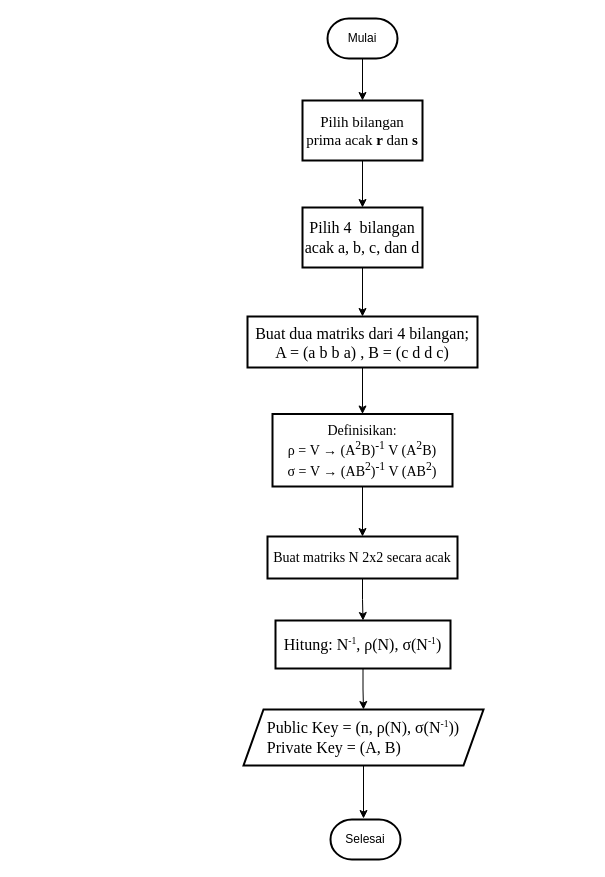
Before: page "f-keygen-KhanShah" (3 of 5) of sign-then-encrypt_scheme.drawio in eraldss1/diagram-signcryption, a draw.io diagram. Source tidied: cells renumbered, new cells numbered last; positions are measured from the earlier drawing's top-left corner, leaving out a move shared by most shapes. Both pictures are drawn from the tidied source at 100%, with x=0, y=0 at pixel (243, 18).
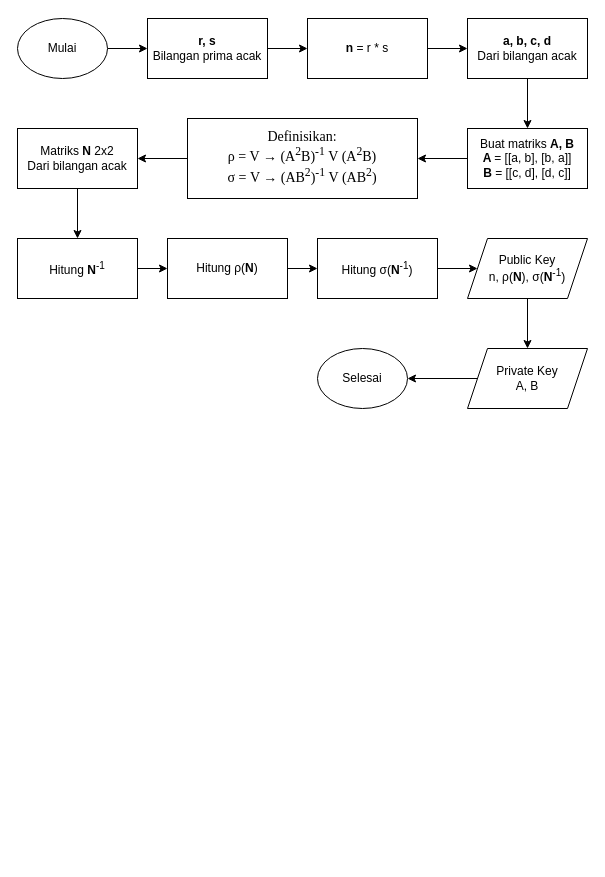
The same page after the edit.

The edit, as a diff of the source:
```diff
@@
-    <mxCell id="2" style="edgeStyle=orthogonalEdgeStyle;rounded=0;jettySize=auto;html=1;" parent="1" edge="1" source="3" target="5">
-      <mxGeometry relative="1" as="geometry" />
-    </mxCell>
+    <mxCell id="19" style="edgeStyle=orthogonalEdgeStyle;rounded=0;jettySize=auto;html=1;fontFamily=Helvetica;fontSize=12;" parent="1" edge="1" source="3" target="21">
+      <mxGeometry relative="1" as="geometry" />
+    </mxCell>
-    <mxCell id="3" value="Mulai" style="strokeWidth=2;html=1;shape=mxgraph.flowchart.terminator;whiteSpace=wrap;" parent="1" vertex="1">
-      <mxGeometry x="84" width="70" height="40" as="geometry" />
+    <mxCell id="3" value="Mulai" style="ellipse;whiteSpace=wrap;html=1;fontFamily=Helvetica;fontSize=12;" parent="1" vertex="1">
+      <mxGeometry x="-226" width="90" height="60" as="geometry" />
     </mxCell>
-    <mxCell id="4" style="edgeStyle=orthogonalEdgeStyle;rounded=0;jettySize=auto;html=1;" parent="1" edge="1" source="5" target="7">
-      <mxGeometry relative="1" as="geometry" />
-    </mxCell>
-    <mxCell id="5" value="&lt;font style=&quot;font-size: 15px;&quot; face=&quot;Times New Roman&quot;&gt;Pilih bilangan prima acak &lt;b&gt;r&lt;/b&gt; dan &lt;b&gt;s&lt;/b&gt;&lt;/font&gt;" style="whiteSpace=wrap;html=1;strokeWidth=2;" parent="1" vertex="1">
-      <mxGeometry x="59" y="82" width="120" height="60" as="geometry" />
-    </mxCell>
-    <mxCell id="6" style="edgeStyle=orthogonalEdgeStyle;rounded=0;jettySize=auto;html=1;fontFamily=Times New Roman;fontSize=15;" parent="1" edge="1" source="7" target="9">
-      <mxGeometry relative="1" as="geometry" />
-    </mxCell>
-    <mxCell id="7" value="&lt;span id=&quot;docs-internal-guid-4f40683b-7fff-dd6f-cae1-bc0f0a619b5e&quot;&gt;&lt;span style=&quot;font-size: 12pt; font-family: &amp;quot;Times New Roman&amp;quot;; background-color: transparent; font-variant-numeric: normal; font-variant-east-asian: normal; vertical-align: baseline;&quot;&gt;Pilih 4&amp;nbsp; bilangan acak a, b, c, dan d&lt;/span&gt;&lt;/span&gt;" style="whiteSpace=wrap;html=1;strokeWidth=2;" parent="1" vertex="1">
-      <mxGeometry x="59" y="189" width="120" height="60" as="geometry" />
-    </mxCell>
-    <mxCell id="8" style="edgeStyle=orthogonalEdgeStyle;rounded=0;jettySize=auto;html=1;fontFamily=Times New Roman;fontSize=15;" parent="1" edge="1" source="9" target="11">
-      <mxGeometry relative="1" as="geometry" />
-    </mxCell>
-    <mxCell id="9" value="&lt;span style=&quot;background-color: transparent; font-family: &amp;quot;Times New Roman&amp;quot;; font-size: 12pt;&quot;&gt;&lt;br&gt;Buat dua matriks dari 4 bilangan;&lt;br&gt;&lt;/span&gt;&lt;span style=&quot;background-color: transparent; font-size: 12pt; font-family: &amp;quot;Times New Roman&amp;quot;; font-variant-numeric: normal; font-variant-east-asian: normal; vertical-align: baseline;&quot;&gt;A = (&lt;/span&gt;&lt;span style=&quot;background-color: transparent; font-size: 12pt; font-family: &amp;quot;Cambria Math&amp;quot;, serif; font-variant-numeric: normal; font-variant-east-asian: normal; vertical-align: baseline;&quot;&gt;a&lt;/span&gt;&lt;span style=&quot;background-color: transparent; font-size: 11pt; font-family: Calibri, sans-serif; font-variant-numeric: normal; font-variant-east-asian: normal; vertical-align: baseline;&quot;&gt; &lt;/span&gt;&lt;span style=&quot;background-color: transparent; font-size: 12pt; font-family: &amp;quot;Cambria Math&amp;quot;, serif; font-variant-numeric: normal; font-variant-east-asian: normal; vertical-align: baseline;&quot;&gt;b&lt;/span&gt;&lt;span style=&quot;background-color: transparent; font-size: 11pt; font-family: Calibri, sans-serif; font-variant-numeric: normal; font-variant-east-asian: normal; vertical-align: baseline;&quot;&gt; &lt;/span&gt;&lt;span style=&quot;background-color: transparent; font-size: 12pt; font-family: &amp;quot;Cambria Math&amp;quot;, serif; font-variant-numeric: normal; font-variant-east-asian: normal; vertical-align: baseline;&quot;&gt;b&lt;/span&gt;&lt;span style=&quot;background-color: transparent; font-size: 11pt; font-family: Calibri, sans-serif; font-variant-numeric: normal; font-variant-east-asian: normal; vertical-align: baseline;&quot;&gt; &lt;/span&gt;&lt;span style=&quot;background-color: transparent; font-size: 12pt; font-family: &amp;quot;Cambria Math&amp;quot;, serif; font-variant-numeric: normal; font-variant-east-asian: normal; vertical-align: baseline;&quot;&gt;a)&lt;/span&gt;&lt;span style=&quot;background-color: transparent; font-size: 11pt; font-family: Calibri, sans-serif; font-variant-numeric: normal; font-variant-east-asian: normal; vertical-align: baseline;&quot;&gt; &lt;/span&gt;&lt;span style=&quot;background-color: transparent; font-size: 12pt; font-family: &amp;quot;Times New Roman&amp;quot;; font-variant-numeric: normal; font-variant-east-asian: normal; vertical-align: baseline;&quot;&gt;, B = (c d d c)&lt;/span&gt;&lt;span style=&quot;background-color: transparent; font-family: &amp;quot;Times New Roman&amp;quot;; font-size: 12pt;&quot;&gt;&lt;br&gt;&lt;/span&gt;&lt;span id=&quot;docs-internal-guid-4ee4301e-7fff-dff1-844e-00afb00c9369&quot;&gt;&lt;div&gt;&lt;span style=&quot;font-size: 11pt; font-family: Calibri, sans-serif; background-color: transparent; font-variant-numeric: normal; font-variant-east-asian: normal; vertical-align: baseline;&quot;&gt;&lt;br&gt;&lt;/span&gt;&lt;/div&gt;&lt;/span&gt;" style="whiteSpace=wrap;html=1;strokeWidth=2;" parent="1" vertex="1">
-      <mxGeometry x="4" y="298" width="230" height="51" as="geometry" />
-    </mxCell>
-    <mxCell id="10" style="edgeStyle=orthogonalEdgeStyle;rounded=0;jettySize=auto;html=1;fontFamily=Times New Roman;fontSize=14;" parent="1" edge="1" source="11" target="13">
-      <mxGeometry relative="1" as="geometry" />
-    </mxCell>
+    <mxCell id="18" value="Selesai" style="ellipse;whiteSpace=wrap;html=1;fontFamily=Helvetica;fontSize=12;" parent="1" vertex="1">
+      <mxGeometry x="74" y="330" width="90" height="60" as="geometry" />
+    </mxCell>
+    <mxCell id="20" style="edgeStyle=orthogonalEdgeStyle;rounded=0;jettySize=auto;html=1;fontFamily=Helvetica;fontSize=12;" parent="1" edge="1" source="21" target="23">
+      <mxGeometry relative="1" as="geometry" />
+    </mxCell>
+    <mxCell id="21" value="&lt;b&gt;r, s&lt;/b&gt;&lt;br&gt;Bilangan prima acak" style="rounded=0;whiteSpace=wrap;html=1;fontFamily=Helvetica;fontSize=12;" parent="1" vertex="1">
+      <mxGeometry x="-96" width="120" height="60" as="geometry" />
+    </mxCell>
+    <mxCell id="22" style="edgeStyle=orthogonalEdgeStyle;rounded=0;jettySize=auto;html=1;fontFamily=Helvetica;fontSize=12;" parent="1" edge="1" source="23" target="25">
+      <mxGeometry relative="1" as="geometry" />
+    </mxCell>
+    <mxCell id="23" value="&lt;b&gt;n&lt;/b&gt; = r * s" style="rounded=0;whiteSpace=wrap;html=1;fontFamily=Helvetica;fontSize=12;" parent="1" vertex="1">
+      <mxGeometry x="64" width="120" height="60" as="geometry" />
+    </mxCell>
+    <mxCell id="24" style="edgeStyle=orthogonalEdgeStyle;rounded=0;jettySize=auto;html=1;fontFamily=Helvetica;fontSize=12;" parent="1" edge="1" source="25" target="27">
+      <mxGeometry relative="1" as="geometry" />
+    </mxCell>
+    <mxCell id="25" value="&lt;b&gt;a, b, c, d&lt;/b&gt;&lt;br&gt;Dari bilangan acak" style="rounded=0;whiteSpace=wrap;html=1;fontFamily=Helvetica;fontSize=12;" parent="1" vertex="1">
+      <mxGeometry x="224" width="120" height="60" as="geometry" />
+    </mxCell>
+    <mxCell id="26" style="edgeStyle=orthogonalEdgeStyle;rounded=0;jettySize=auto;html=1;fontFamily=Helvetica;fontSize=12;" parent="1" edge="1" source="27" target="11">
+      <mxGeometry relative="1" as="geometry" />
+    </mxCell>
+    <mxCell id="27" value="Buat matriks &lt;b&gt;A, B&lt;br&gt;A &lt;/b&gt;= [[a, b], [b, a]]&lt;br&gt;&lt;b&gt;B &lt;/b&gt;= [[c, d], [d, c]]" style="rounded=0;whiteSpace=wrap;html=1;fontFamily=Helvetica;fontSize=12;" parent="1" vertex="1">
+      <mxGeometry x="224" y="110" width="120" height="60" as="geometry" />
+    </mxCell>
+    <mxCell id="28" style="edgeStyle=orthogonalEdgeStyle;rounded=0;jettySize=auto;html=1;fontFamily=Helvetica;fontSize=12;" parent="1" edge="1" source="11" target="30">
+      <mxGeometry relative="1" as="geometry" />
+    </mxCell>
-    <mxCell id="11" value="&lt;div style=&quot;font-size: 14px;&quot;&gt;&lt;font style=&quot;font-size: 14px;&quot; face=&quot;Times New Roman&quot;&gt;&lt;br&gt;&lt;/font&gt;&lt;/div&gt;&lt;div style=&quot;font-size: 14px;&quot;&gt;&lt;font style=&quot;font-size: 14px;&quot; face=&quot;Times New Roman&quot;&gt;Definisikan:&lt;/font&gt;&lt;/div&gt;&lt;div style=&quot;font-size: 14px;&quot;&gt;&lt;font style=&quot;font-size: 14px;&quot; face=&quot;Times New Roman&quot;&gt;ρ = V → (A&lt;sup&gt;2&lt;/sup&gt;B)&lt;sup&gt;-1&lt;/sup&gt; V (A&lt;sup&gt;2&lt;/sup&gt;B)&lt;/font&gt;&lt;/div&gt;&lt;div style=&quot;font-size: 14px;&quot;&gt;&lt;font style=&quot;font-size: 14px;&quot; face=&quot;Times New Roman&quot;&gt;σ = V → (AB&lt;sup&gt;2&lt;/sup&gt;)&lt;sup&gt;-1&lt;/sup&gt; V (AB&lt;sup&gt;2&lt;/sup&gt;)&lt;/font&gt;&lt;/div&gt;&lt;div style=&quot;font-size: 14px;&quot;&gt;&lt;br&gt;&lt;/div&gt;" style="whiteSpace=wrap;html=1;strokeWidth=2;" parent="1" vertex="1">
-      <mxGeometry x="29" y="395.5" width="180" height="72.5" as="geometry" />
+    <mxCell id="11" value="&lt;br&gt;&lt;div style=&quot;border-color: var(--border-color); font-size: 14px;&quot;&gt;&lt;font style=&quot;border-color: var(--border-color);&quot; face=&quot;Times New Roman&quot;&gt;Definisikan:&lt;/font&gt;&lt;/div&gt;&lt;div style=&quot;border-color: var(--border-color); font-size: 14px;&quot;&gt;&lt;font style=&quot;border-color: var(--border-color);&quot; face=&quot;Times New Roman&quot;&gt;ρ = V → (A&lt;sup style=&quot;border-color: var(--border-color);&quot;&gt;2&lt;/sup&gt;B)&lt;sup style=&quot;border-color: var(--border-color);&quot;&gt;-1&lt;/sup&gt;&amp;nbsp;V (A&lt;sup style=&quot;border-color: var(--border-color);&quot;&gt;2&lt;/sup&gt;B)&lt;/font&gt;&lt;/div&gt;&lt;div style=&quot;border-color: var(--border-color); font-size: 14px;&quot;&gt;&lt;font style=&quot;border-color: var(--border-color);&quot; face=&quot;Times New Roman&quot;&gt;σ = V → (AB&lt;sup style=&quot;border-color: var(--border-color);&quot;&gt;2&lt;/sup&gt;)&lt;sup style=&quot;border-color: var(--border-color);&quot;&gt;-1&lt;/sup&gt;&amp;nbsp;V (AB&lt;sup style=&quot;border-color: var(--border-color);&quot;&gt;2&lt;/sup&gt;)&lt;/font&gt;&lt;/div&gt;&lt;div style=&quot;border-color: var(--border-color); font-size: 14px;&quot;&gt;&lt;br style=&quot;border-color: var(--border-color);&quot;&gt;&lt;/div&gt;" style="rounded=0;whiteSpace=wrap;html=1;fontFamily=Helvetica;fontSize=12;" parent="1" vertex="1">
+      <mxGeometry x="-56" y="100" width="230" height="80" as="geometry" />
     </mxCell>
-    <mxCell id="12" style="edgeStyle=orthogonalEdgeStyle;rounded=0;jettySize=auto;html=1;fontFamily=Times New Roman;fontSize=14;" parent="1" edge="1" source="13" target="15">
-      <mxGeometry relative="1" as="geometry" />
-    </mxCell>
-    <mxCell id="13" value="&lt;div style=&quot;font-size: 14px;&quot;&gt;&lt;font face=&quot;Times New Roman&quot;&gt;Buat matriks N 2x2 secara acak&lt;/font&gt;&lt;/div&gt;" style="whiteSpace=wrap;html=1;strokeWidth=2;" parent="1" vertex="1">
-      <mxGeometry x="24" y="518" width="190" height="42" as="geometry" />
-    </mxCell>
-    <mxCell id="14" style="edgeStyle=orthogonalEdgeStyle;rounded=0;jettySize=auto;html=1;fontFamily=Times New Roman;fontSize=14;" parent="1" edge="1" source="15" target="17">
-      <mxGeometry relative="1" as="geometry" />
-    </mxCell>
-    <mxCell id="15" value="&lt;span id=&quot;docs-internal-guid-983548b8-7fff-8275-568d-bc6401313b32&quot;&gt;&lt;span style=&quot;font-size: 12pt; font-family: &amp;quot;Times New Roman&amp;quot;; background-color: transparent; font-variant-numeric: normal; font-variant-east-asian: normal; vertical-align: baseline;&quot;&gt;Hitung: N&lt;/span&gt;&lt;span style=&quot;font-size: 12pt; font-family: &amp;quot;Times New Roman&amp;quot;; background-color: transparent; font-variant-numeric: normal; font-variant-east-asian: normal; vertical-align: baseline;&quot;&gt;&lt;span style=&quot;font-size:0.6em;vertical-align:super;&quot;&gt;-1&lt;/span&gt;&lt;/span&gt;&lt;span style=&quot;font-size: 12pt; font-family: &amp;quot;Times New Roman&amp;quot;; background-color: transparent; font-variant-numeric: normal; font-variant-east-asian: normal; vertical-align: baseline;&quot;&gt;, ρ(N), σ(N&lt;/span&gt;&lt;span style=&quot;font-size: 12pt; font-family: &amp;quot;Times New Roman&amp;quot;; background-color: transparent; font-variant-numeric: normal; font-variant-east-asian: normal; vertical-align: baseline;&quot;&gt;&lt;span style=&quot;font-size:0.6em;vertical-align:super;&quot;&gt;-1&lt;/span&gt;&lt;/span&gt;&lt;span style=&quot;font-size: 12pt; font-family: &amp;quot;Times New Roman&amp;quot;; background-color: transparent; font-variant-numeric: normal; font-variant-east-asian: normal; vertical-align: baseline;&quot;&gt;)&lt;/span&gt;&lt;/span&gt;" style="whiteSpace=wrap;html=1;strokeWidth=2;" parent="1" vertex="1">
-      <mxGeometry x="32" y="602" width="175" height="48" as="geometry" />
-    </mxCell>
-    <mxCell id="16" style="edgeStyle=orthogonalEdgeStyle;rounded=0;orthogonalLoop=1;jettySize=auto;html=1;fontFamily=Times New Roman;fontSize=14;" parent="1" edge="1">
-      <mxGeometry relative="1" as="geometry">
-        <mxPoint x="120" y="746" as="sourcePoint" />
-        <mxPoint x="120" y="800" as="targetPoint" />
-      </mxGeometry>
-    </mxCell>
-    <mxCell id="17" value="&lt;span style=&quot;text-align: left; background-color: transparent; font-family: &amp;quot;Times New Roman&amp;quot;; font-size: 12pt;&quot;&gt;Public Key&amp;nbsp;&lt;/span&gt;&lt;span style=&quot;background-color: transparent; font-size: 12pt; font-family: &amp;quot;Times New Roman&amp;quot;; font-variant-numeric: normal; font-variant-east-asian: normal; vertical-align: baseline;&quot;&gt;= (n, ρ(N), σ(N&lt;/span&gt;&lt;span style=&quot;background-color: transparent; font-size: 12pt; font-family: &amp;quot;Times New Roman&amp;quot;; font-variant-numeric: normal; font-variant-east-asian: normal; vertical-align: baseline;&quot;&gt;&lt;span style=&quot;font-size: 0.6em; vertical-align: super;&quot;&gt;-1&lt;/span&gt;&lt;/span&gt;&lt;span style=&quot;background-color: transparent; font-size: 12pt; font-family: &amp;quot;Times New Roman&amp;quot;; font-variant-numeric: normal; font-variant-east-asian: normal; vertical-align: baseline;&quot;&gt;))&lt;/span&gt;&lt;br&gt;&lt;div style=&quot;text-align: left;&quot;&gt;&lt;span style=&quot;background-color: transparent; font-family: &amp;quot;Times New Roman&amp;quot;; font-size: 12pt; text-align: center;&quot;&gt;Private Key&amp;nbsp;&lt;/span&gt;&lt;span style=&quot;background-color: transparent; font-family: &amp;quot;Times New Roman&amp;quot;; font-size: 12pt; text-align: center;&quot;&gt;= (A, B)&lt;/span&gt;&lt;/div&gt;&lt;span id=&quot;docs-internal-guid-1f0b266b-7fff-3e75-ed9f-3b4408b6be9d&quot;&gt;&lt;/span&gt;" style="shape=parallelogram;perimeter=parallelogramPerimeter;whiteSpace=wrap;html=1;fixedSize=1;strokeWidth=2;" parent="1" vertex="1">
-      <mxGeometry y="691" width="240" height="56" as="geometry" />
-    </mxCell>
-    <mxCell id="18" value="Selesai" style="strokeWidth=2;html=1;shape=mxgraph.flowchart.terminator;whiteSpace=wrap;" parent="1" vertex="1">
-      <mxGeometry x="87" y="801" width="70" height="40" as="geometry" />
-    </mxCell>
+    <mxCell id="29" style="edgeStyle=orthogonalEdgeStyle;rounded=0;jettySize=auto;html=1;fontFamily=Helvetica;fontSize=12;" parent="1" edge="1" source="30" target="32">
+      <mxGeometry relative="1" as="geometry" />
+    </mxCell>
+    <mxCell id="30" value="Matriks &lt;b&gt;N &lt;/b&gt;2x2&lt;br&gt;Dari bilangan acak" style="rounded=0;whiteSpace=wrap;html=1;fontFamily=Helvetica;fontSize=12;" parent="1" vertex="1">
+      <mxGeometry x="-226" y="110" width="120" height="60" as="geometry" />
+    </mxCell>
+    <mxCell id="31" style="edgeStyle=orthogonalEdgeStyle;rounded=0;jettySize=auto;html=1;fontFamily=Helvetica;fontSize=12;" parent="1" edge="1" source="32" target="34">
+      <mxGeometry relative="1" as="geometry" />
+    </mxCell>
+    <mxCell id="32" value="Hitung &lt;b&gt;N&lt;/b&gt;&lt;sup&gt;-1&lt;/sup&gt;" style="rounded=0;whiteSpace=wrap;html=1;fontFamily=Helvetica;fontSize=12;" parent="1" vertex="1">
+      <mxGeometry x="-226" y="220" width="120" height="60" as="geometry" />
+    </mxCell>
+    <mxCell id="33" style="edgeStyle=orthogonalEdgeStyle;rounded=0;jettySize=auto;html=1;fontFamily=Helvetica;fontSize=12;" parent="1" edge="1" source="34" target="36">
+      <mxGeometry relative="1" as="geometry" />
+    </mxCell>
+    <mxCell id="34" value="Hitung ρ(&lt;b&gt;N&lt;/b&gt;)" style="rounded=0;whiteSpace=wrap;html=1;fontFamily=Helvetica;fontSize=12;" parent="1" vertex="1">
+      <mxGeometry x="-76" y="220" width="120" height="60" as="geometry" />
+    </mxCell>
+    <mxCell id="35" style="edgeStyle=orthogonalEdgeStyle;rounded=0;jettySize=auto;html=1;fontFamily=Helvetica;fontSize=12;" parent="1" edge="1" source="36" target="38">
+      <mxGeometry relative="1" as="geometry" />
+    </mxCell>
+    <mxCell id="36" value="Hitung&amp;nbsp;σ(&lt;b&gt;N&lt;/b&gt;&lt;sup&gt;-1&lt;/sup&gt;)" style="rounded=0;whiteSpace=wrap;html=1;fontFamily=Helvetica;fontSize=12;" parent="1" vertex="1">
+      <mxGeometry x="74" y="220" width="120" height="60" as="geometry" />
+    </mxCell>
+    <mxCell id="37" style="edgeStyle=orthogonalEdgeStyle;rounded=0;jettySize=auto;html=1;fontFamily=Helvetica;fontSize=12;" parent="1" edge="1" source="38" target="40">
+      <mxGeometry relative="1" as="geometry" />
+    </mxCell>
+    <mxCell id="38" value="Public Key&lt;br&gt;n, ρ(&lt;b style=&quot;border-color: var(--border-color);&quot;&gt;N&lt;/b&gt;), σ(&lt;b style=&quot;border-color: var(--border-color);&quot;&gt;N&lt;/b&gt;&lt;sup style=&quot;border-color: var(--border-color);&quot;&gt;-1&lt;/sup&gt;)" style="shape=parallelogram;perimeter=parallelogramPerimeter;whiteSpace=wrap;html=1;fixedSize=1;fontFamily=Helvetica;fontSize=12;" parent="1" vertex="1">
+      <mxGeometry x="224" y="220" width="120" height="60" as="geometry" />
+    </mxCell>
+    <mxCell id="39" style="edgeStyle=orthogonalEdgeStyle;rounded=0;jettySize=auto;html=1;fontFamily=Helvetica;fontSize=12;" parent="1" edge="1" source="40" target="18">
+      <mxGeometry relative="1" as="geometry" />
+    </mxCell>
+    <mxCell id="40" value="Private Key&lt;br&gt;A, B" style="shape=parallelogram;perimeter=parallelogramPerimeter;whiteSpace=wrap;html=1;fixedSize=1;fontFamily=Helvetica;fontSize=12;" parent="1" vertex="1">
+      <mxGeometry x="224" y="330" width="120" height="60" as="geometry" />
+    </mxCell>
```
